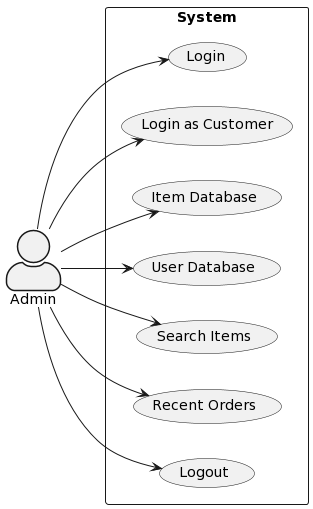
This is docs/diagrams/cases/admin.png from olivialba/onlineStoreTemplate, a PlantUML export, as it was before one commit. Source of this version:
```plantuml
@startuml
skinparam actorStyle awesome
left to right direction
actor Admin
rectangle "System" as system {
  (Login)
  (Login as Customer)
  (Item Database)
  (User Database)
  (Search Items)
  (Recent Orders)
  (Logout)
}
Admin --> (Login)
Admin --> (Login as Customer)
Admin --> (Item Database)
Admin --> (User Database)
Admin --> (Search Items)
Admin --> (Recent Orders)
Admin --> (Logout)
@enduml
```
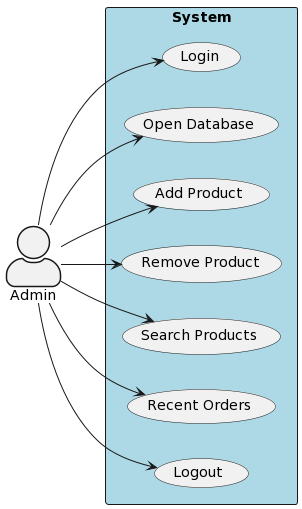
After the commit.

Diff of the diagram source:
```diff
@@ -2,20 +2,20 @@
 skinparam actorStyle awesome
 left to right direction
 actor Admin
-rectangle "System" as system {
-  (Login)
-  (Login as Customer)
-  (Item Database)
-  (User Database)
-  (Search Items)
-  (Recent Orders)
-  (Logout)
+rectangle "System" as system #lightblue {
+ (Login)
+ (Open Database)
+ (Add Product)
+ (Remove Product)
+ (Search Products)
+ (Recent Orders)
+ (Logout)
 }
 Admin --> (Login)
-Admin --> (Login as Customer)
-Admin --> (Item Database)
-Admin --> (User Database)
-Admin --> (Search Items)
+Admin --> (Open Database)
+Admin --> (Add Product)
+Admin --> (Remove Product)
+Admin --> (Search Products)
 Admin --> (Recent Orders)
 Admin --> (Logout)
 @enduml
```
